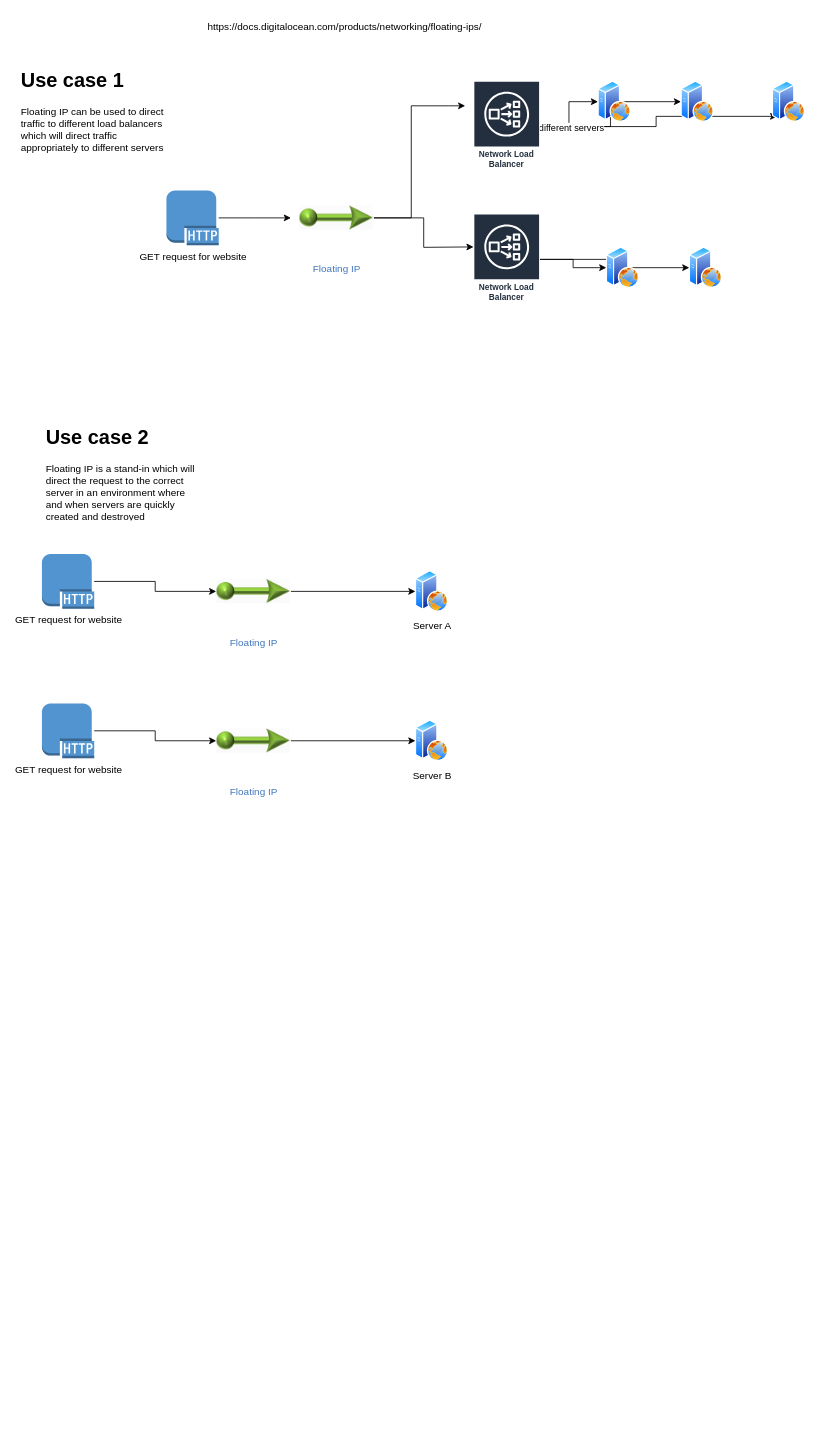
study-groups/devops keeps this draw.io diagram as page "Page-2" (2 of 2) of tetra/untitled_diagram.drawio. Above is the earlier version. Source tidied: cells renumbered, new cells numbered last; positions are measured from the earlier drawing's top-left corner, leaving out a move shared by most shapes. Both pictures are drawn from the tidied source at 83%, with x=0, y=0 at pixel (17, 14).
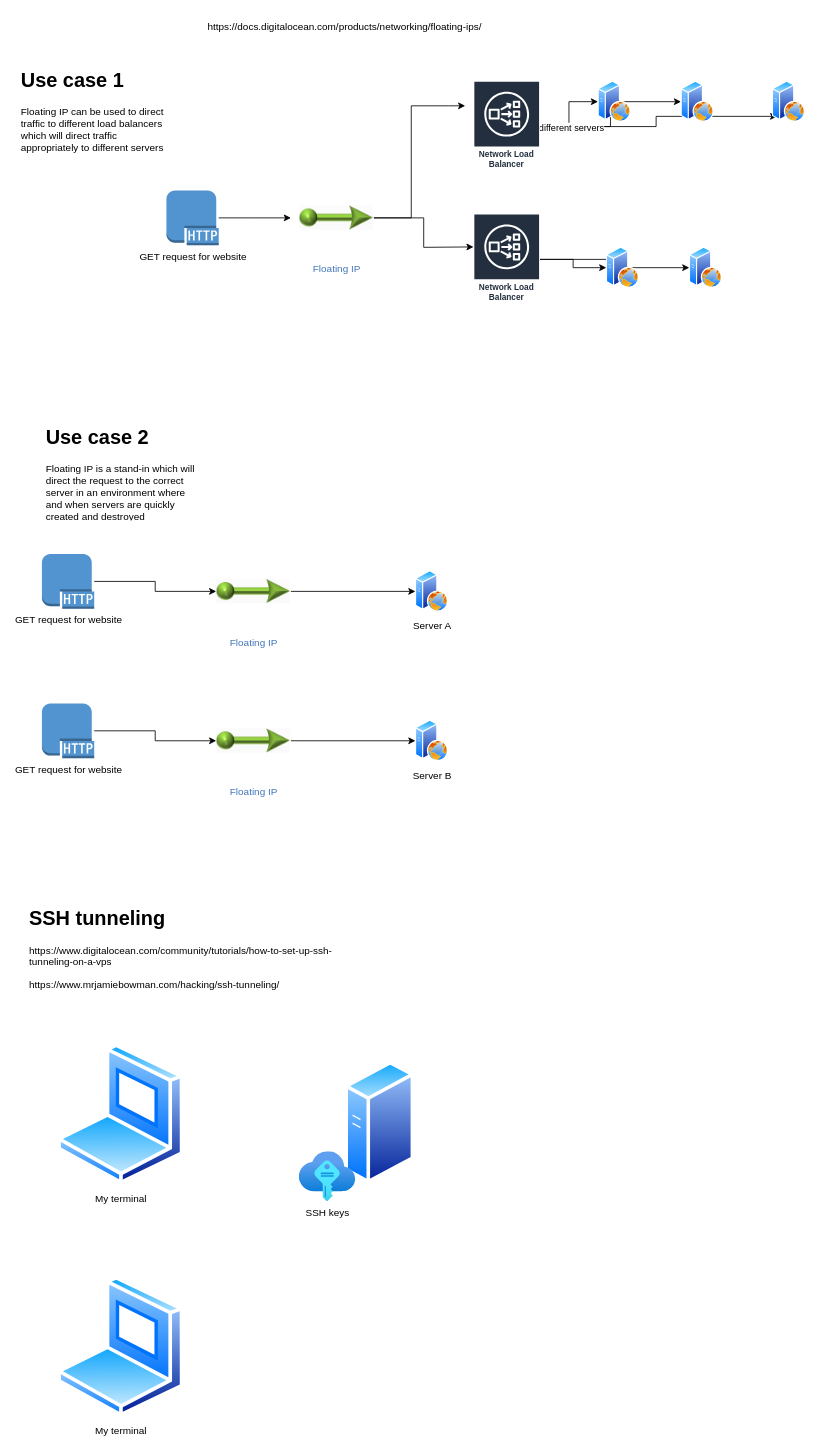
After the change.

What changed in the source:
```diff
@@
+    <mxCell id="33" value="&lt;h1&gt;SSH tunneling&lt;/h1&gt;&lt;p&gt;https://www.digitalocean.com/community/tutorials/how-to-set-up-ssh-tunneling-on-a-vps&lt;/p&gt;&lt;p&gt;&lt;span&gt;https://www.mrjamiebowman.com/hacking/ssh-tunneling/&lt;/span&gt;&lt;br&gt;&lt;/p&gt;" style="text;html=1;strokeColor=none;fillColor=none;spacing=5;spacingTop=-20;whiteSpace=wrap;overflow=hidden;rounded=0;" parent="1" vertex="1">
+      <mxGeometry x="10" y="1070" width="420" height="170" as="geometry" />
+    </mxCell>
+    <mxCell id="34" value="My terminal" style="perimeter=ellipsePerimeter;html=1;align=center;shadow=0;dashed=0;spacingTop=3;image;image=img/lib/active_directory/laptop_client.svg;" parent="1" vertex="1">
+      <mxGeometry x="48.5" y="1240" width="153" height="170" as="geometry" />
+    </mxCell>
+    <mxCell id="35" value="My terminal" style="perimeter=ellipsePerimeter;html=1;align=center;shadow=0;dashed=0;spacingTop=3;image;image=img/lib/active_directory/laptop_client.svg;" parent="1" vertex="1">
+      <mxGeometry x="48.5" y="1520" width="153" height="170" as="geometry" />
+    </mxCell>
+    <mxCell id="36" style="perimeter=ellipsePerimeter;html=1;align=center;shadow=0;dashed=0;spacingTop=3;image;image=img/lib/active_directory/generic_server.svg;" parent="1" vertex="1">
+      <mxGeometry x="395" y="1260" width="84" height="150" as="geometry" />
+    </mxCell>
+    <mxCell id="37" value="SSH keys" style="html=1;align=center;image;fontSize=12;image=img/lib/azure2/other/SSH_Keys.svg;" parent="1" vertex="1">
+      <mxGeometry x="340" y="1370" width="68" height="60" as="geometry" />
+    </mxCell>
```
